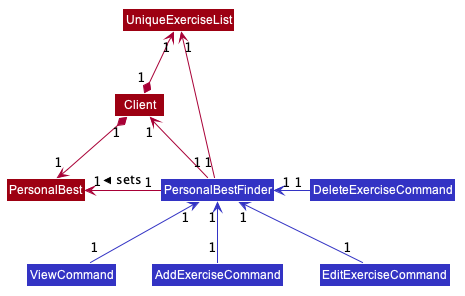
Before: docs/images/PersonalBestClassDiagram.png, a diagram exported from PlantUML (nus-cs2103-AY1920S2/addressbook-level3). Its diagram source:
```plantuml
@startuml








skinparam BackgroundColor #FFFFFFF

skinparam Shadowing false

skinparam Class {
    FontColor #FFFFFF
    BorderThickness 1
    BorderColor #FFFFFF
    StereotypeFontColor #FFFFFF
    FontName Arial
}

skinparam Actor {
    BorderColor #000000
    Color #000000
    FontName Arial
}

skinparam Sequence {
    MessageAlign center
    BoxFontSize 15
    BoxPadding 0
    BoxFontColor #FFFFFF
    FontName Arial
}

skinparam Participant {
    FontColor #FFFFFFF
    Padding 20
}

skinparam MinClassWidth 50
skinparam ParticipantPadding 10
skinparam Shadowing false
skinparam DefaultTextAlignment center
skinparam packageStyle Rectangle

hide footbox
hide members
hide circle

Class Client #9D0012
Class PersonalBest #9D0012
Class UniqueExerciseList #9D0012
Class ViewCommand #3333C4
Class AddExerciseCommand #3333C4
Class EditExerciseCommand #3333C4
Class DeleteExerciseCommand #3333C4
Class PersonalBestFinder #3333C4

Client "1" *-down-> "1" PersonalBest
Client "1" *-up-> "1" UniqueExerciseList

PersonalBestFinder "1" -left-> "1" PersonalBest : sets >
PersonalBestFinder "1" -left-> "1" Client
PersonalBestFinder "1" -left-> "1" UniqueExerciseList

ViewCommand "1" -up[#3333C4]-> "1" PersonalBestFinder
AddExerciseCommand "1" -up[#3333C4]-> "1" PersonalBestFinder
DeleteExerciseCommand "1" -left[#3333C4]-> "1" PersonalBestFinder
EditExerciseCommand "1" -up[#3333C4]-> "1" PersonalBestFinder

@enduml
```
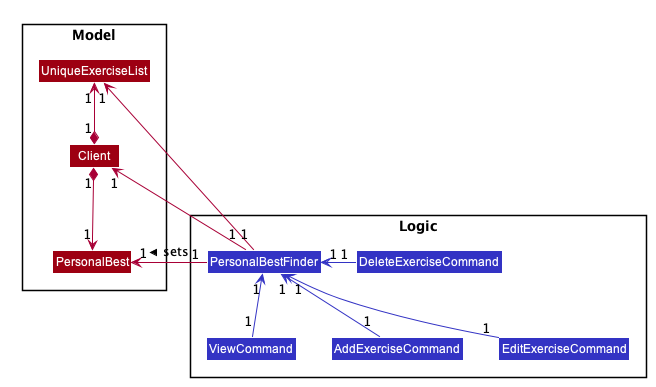
The same file after the commit.

Change to the diagram source:
```diff
@@ -48,14 +48,19 @@
 hide members
 hide circle
 
-Class Client #9D0012
-Class PersonalBest #9D0012
-Class UniqueExerciseList #9D0012
-Class ViewCommand #3333C4
-Class AddExerciseCommand #3333C4
-Class EditExerciseCommand #3333C4
-Class DeleteExerciseCommand #3333C4
-Class PersonalBestFinder #3333C4
+package Model {
+    Class Client #9D0012
+    Class PersonalBest #9D0012
+    Class UniqueExerciseList #9D0012
+}
+
+package Logic {
+    Class ViewCommand #3333C4
+    Class AddExerciseCommand #3333C4
+    Class EditExerciseCommand #3333C4
+    Class DeleteExerciseCommand #3333C4
+    Class PersonalBestFinder #3333C4
+}
 
 Client "1" *-down-> "1" PersonalBest
 Client "1" *-up-> "1" UniqueExerciseList
```
